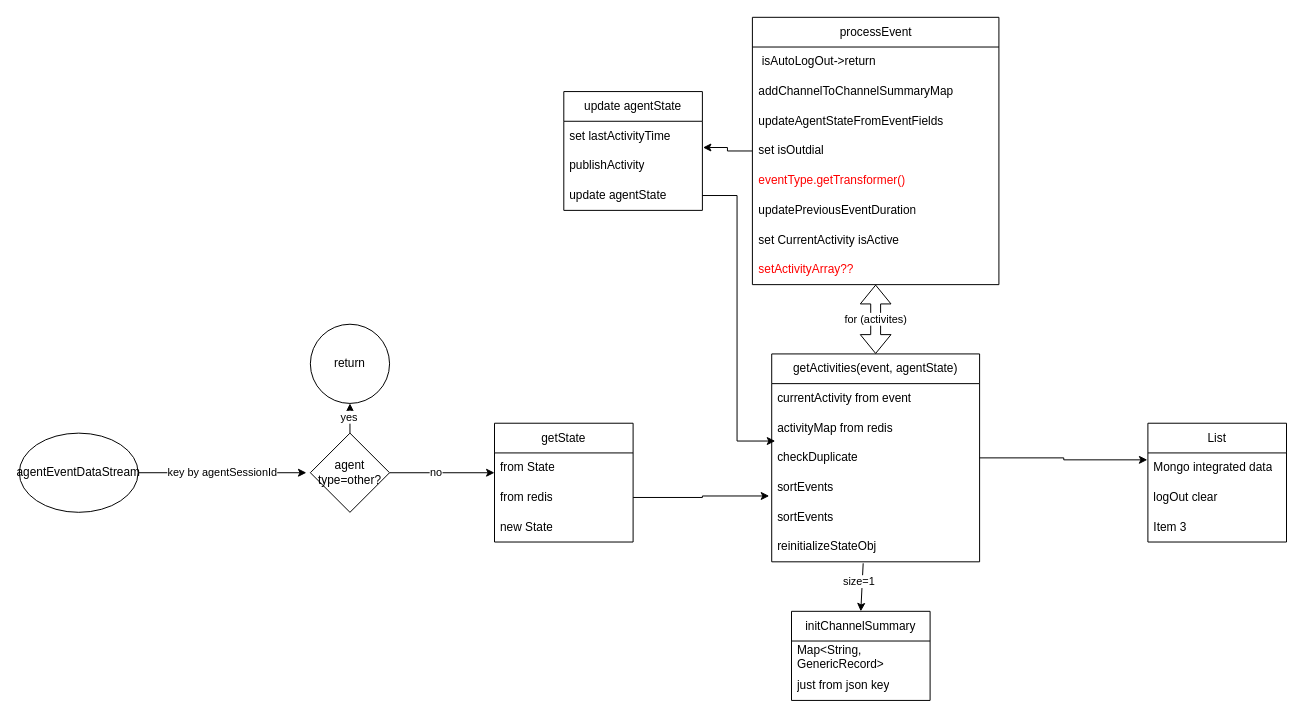
Before: aarasr/aar-main.drawio in qianli2022/drawio, a draw.io diagram. Source tidied: cells renumbered, new cells numbered last; positions are measured from the earlier drawing's top-left corner, leaving out a move shared by most shapes. Both pictures are drawn from the tidied source at 99%, with x=0, y=0 at pixel (19, 17).
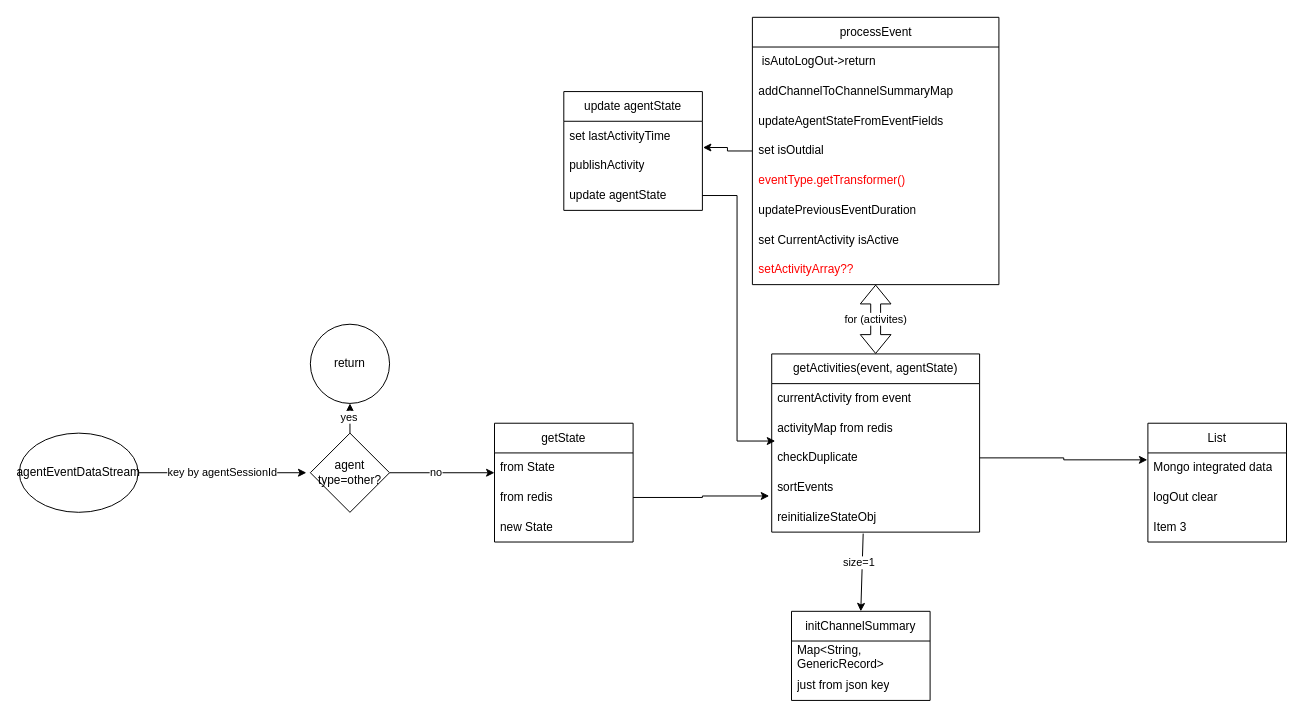
The same diagram, later.

What changed in the source:
```diff
@@
     <mxCell id="14" value="getActivities(event, agentState)" style="swimlane;fontStyle=0;horizontal=1;startSize=30;whiteSpace=wrap;html=1;" parent="1" vertex="1">
-      <mxGeometry x="760" y="340" width="210" height="210" as="geometry" />
+      <mxGeometry x="760" y="340" width="210" height="180" as="geometry" />
     </mxCell>
@@
-    <mxCell id="19" value="sortEvents" style="text;strokeColor=none;fillColor=none;align=left;verticalAlign=middle;spacingLeft=4;spacingRight=4;overflow=hidden;whiteSpace=wrap;html=1;" parent="14" vertex="1">
-      <mxGeometry y="150" width="210" height="30" as="geometry" />
-    </mxCell>
     <mxCell id="20" value="reinitializeStateObj" style="text;strokeColor=none;fillColor=none;align=left;verticalAlign=middle;spacingLeft=4;spacingRight=4;overflow=hidden;points=[[0,0.5],[1,0.5]];portConstraint=eastwest;whiteSpace=wrap;html=1;" parent="14" vertex="1">
-      <mxGeometry y="180" width="210" height="30" as="geometry" />
+      <mxGeometry y="150" width="210" height="30" as="geometry" />
     </mxCell>
```
